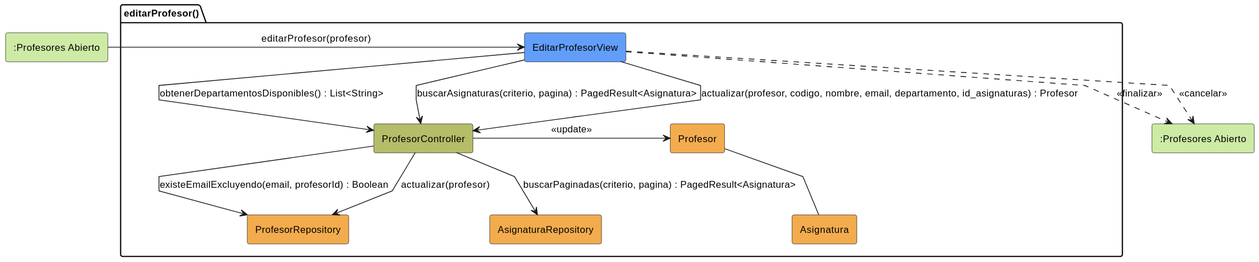
carlos-alvarado-25/25-26-idsw2-sdVC keeps this PlantUML diagram as images/01-analisis/casos-uso/editarProfesor/editarProfesor-analisis.svg. Above is the earlier version. The source it was exported from:
```plantuml
@startuml
skinparam backgroundColor white
skinparam shadowing false
skinparam DefaultFontColor black
skinparam DefaultFontSize 12
skinparam linetype polyline

rectangle #CDEBA5 ":Profesores Abierto" as ProfesoresAbierto

package editarProfesor as "editarProfesor()" {
    rectangle #629EF9 EditarProfesorView
    rectangle #b5bd68 ProfesorController
    rectangle #F2AC4E ProfesorRepository
    rectangle #F2AC4E AsignaturaRepository
    rectangle #F2AC4E Profesor
    rectangle #F2AC4E Asignatura
}

rectangle #CDEBA5 ":Profesores Abierto" as ProfesoresAbiertoSalida

ProfesoresAbierto -r-> EditarProfesorView: editarProfesor(profesor)

EditarProfesorView -d-> ProfesorController: obtenerDepartamentosDisponibles() : List<String>

EditarProfesorView -d-> ProfesorController: buscarAsignaturas(criterio, pagina) : PagedResult<Asignatura>
ProfesorController -d-> AsignaturaRepository: buscarPaginadas(criterio, pagina) : PagedResult<Asignatura>

EditarProfesorView -d-> ProfesorController: actualizar(profesor, codigo, nombre, email, departamento, id_asignaturas) : Profesor

ProfesorController -d-> ProfesorRepository: existeEmailExcluyendo(email, profesorId) : Boolean
ProfesorController -r-> Profesor: <<update>>
ProfesorController -d-> ProfesorRepository: actualizar(profesor)

Profesor -- Asignatura

EditarProfesorView ..> ProfesoresAbiertoSalida: <<finalizar>>
EditarProfesorView ..> ProfesoresAbiertoSalida: <<cancelar>>
@enduml
```
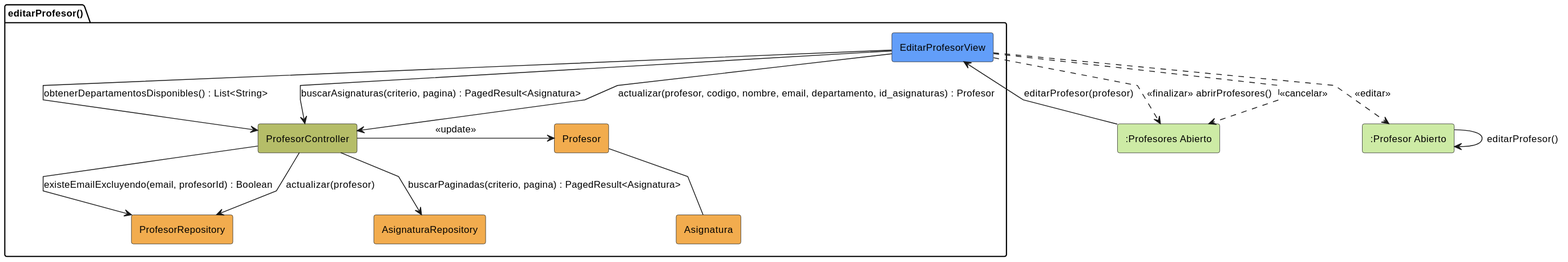
After the change.

Change to the diagram source:
```diff
@@ -6,6 +6,7 @@
 skinparam linetype polyline
 
 rectangle #CDEBA5 ":Profesores Abierto" as ProfesoresAbierto
+rectangle #CDEBA5 ":Profesor Abierto" as ProfesorAbierto
 
 package editarProfesor as "editarProfesor()" {
     rectangle #629EF9 EditarProfesorView
@@ -15,8 +16,6 @@
     rectangle #F2AC4E Profesor
     rectangle #F2AC4E Asignatura
 }
-
-rectangle #CDEBA5 ":Profesores Abierto" as ProfesoresAbiertoSalida
 
 ProfesoresAbierto -r-> EditarProfesorView: editarProfesor(profesor)
 
@@ -33,6 +32,9 @@
 
 Profesor -- Asignatura
 
-EditarProfesorView ..> ProfesoresAbiertoSalida: <<finalizar>>
-EditarProfesorView ..> ProfesoresAbiertoSalida: <<cancelar>>
+EditarProfesorView ..> ProfesorAbierto: <<editar>>
+ProfesorAbierto --> ProfesorAbierto: editarProfesor()
+
+EditarProfesorView ..> ProfesoresAbierto: <<finalizar>> abrirProfesores()
+EditarProfesorView ..> ProfesoresAbierto: <<cancelar>>
 @enduml
```
